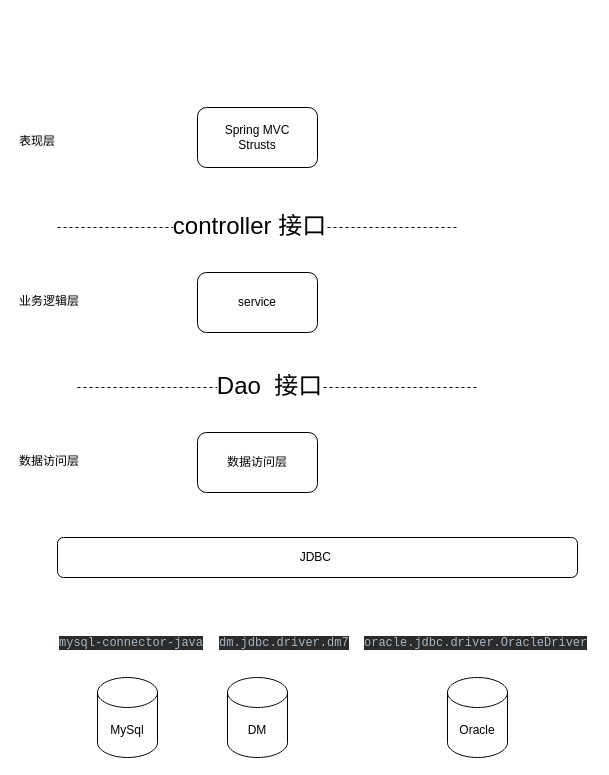
zyazxr/AAA1Draw keeps this draw.io diagram as jdbc.drawio. Above is the earlier version. Source tidied: cells renumbered, new cells numbered last; positions are measured from the earlier drawing's top-left corner, leaving out a move shared by most shapes. Both pictures are drawn from the tidied source at 100%, with x=0, y=0 at pixel (17, 107).
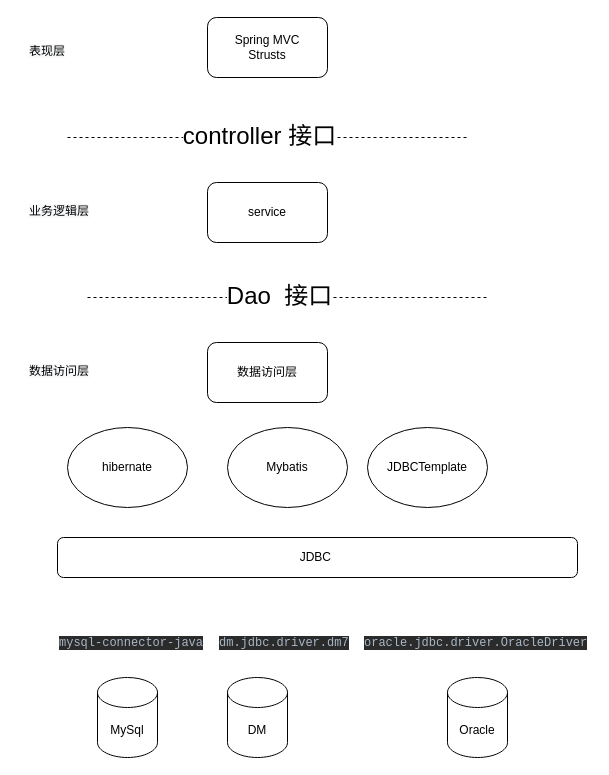
After the change.

Diff of the diagram source:
```diff
@@
     <mxCell id="2" value="Spring MVC&lt;br&gt;Strusts" style="rounded=1;whiteSpace=wrap;html=1;" parent="1" vertex="1">
-      <mxGeometry x="180" width="120" height="60" as="geometry" />
+      <mxGeometry x="190" y="-90" width="120" height="60" as="geometry" />
     </mxCell>
     <mxCell id="3" value="service" style="rounded=1;whiteSpace=wrap;html=1;" parent="1" vertex="1">
-      <mxGeometry x="180" y="165" width="120" height="60" as="geometry" />
+      <mxGeometry x="190" y="75" width="120" height="60" as="geometry" />
     </mxCell>
     <mxCell id="4" value="数据访问层" style="rounded=1;whiteSpace=wrap;html=1;" parent="1" vertex="1">
-      <mxGeometry x="180" y="325" width="120" height="60" as="geometry" />
+      <mxGeometry x="190" y="235" width="120" height="60" as="geometry" />
     </mxCell>
     <mxCell id="5" value="&lt;span style=&quot;color: rgb(0, 0, 0); font-family: helvetica; font-size: 12px; font-style: normal; font-weight: 400; letter-spacing: normal; text-align: center; text-indent: 0px; text-transform: none; word-spacing: 0px; background-color: rgb(248, 249, 250); display: inline; float: none;&quot;&gt;表现层&lt;/span&gt;" style="text;whiteSpace=wrap;html=1;" parent="1" vertex="1">
-      <mxGeometry y="20" width="60" height="30" as="geometry" />
+      <mxGeometry x="10" y="-70" width="60" height="30" as="geometry" />
     </mxCell>
     <mxCell id="6" value="&lt;span style=&quot;color: rgb(0, 0, 0); font-family: helvetica; font-size: 12px; font-style: normal; font-weight: 400; letter-spacing: normal; text-align: center; text-indent: 0px; text-transform: none; word-spacing: 0px; background-color: rgb(248, 249, 250); display: inline; float: none;&quot;&gt;业务逻辑层&lt;/span&gt;" style="text;whiteSpace=wrap;html=1;" parent="1" vertex="1">
-      <mxGeometry y="180" width="90" height="30" as="geometry" />
+      <mxGeometry x="10" y="90" width="90" height="30" as="geometry" />
     </mxCell>
     <mxCell id="7" value="&lt;span style=&quot;color: rgb(0, 0, 0); font-family: helvetica; font-size: 12px; font-style: normal; font-weight: 400; letter-spacing: normal; text-align: center; text-indent: 0px; text-transform: none; word-spacing: 0px; background-color: rgb(248, 249, 250); display: inline; float: none;&quot;&gt;数据访问层&lt;/span&gt;" style="text;whiteSpace=wrap;html=1;" parent="1" vertex="1">
-      <mxGeometry y="340" width="90" height="30" as="geometry" />
+      <mxGeometry x="10" y="250" width="90" height="30" as="geometry" />
     </mxCell>
     <mxCell id="8" style="endArrow=none;dashed=1;html=1;" parent="1" edge="1">
       <mxGeometry relative="1" as="geometry">
-        <mxPoint x="40" y="120" as="sourcePoint" />
-        <mxPoint x="440" y="120" as="targetPoint" />
+        <mxPoint x="50" y="30" as="sourcePoint" />
+        <mxPoint x="450" y="30" as="targetPoint" />
         <Array as="points">
-          <mxPoint x="330" y="120" />
+          <mxPoint x="340" y="30" />
         </Array>
       </mxGeometry>
     </mxCell>
@@
     <mxCell id="10" style="endArrow=none;dashed=1;html=1;" parent="1" edge="1">
       <mxGeometry relative="1" as="geometry">
-        <mxPoint x="60" y="280" as="sourcePoint" />
-        <mxPoint x="460" y="280" as="targetPoint" />
+        <mxPoint x="70" y="190" as="sourcePoint" />
+        <mxPoint x="470" y="190" as="targetPoint" />
         <Array as="points">
-          <mxPoint x="350" y="280" />
+          <mxPoint x="360" y="190" />
         </Array>
       </mxGeometry>
     </mxCell>
@@
+    <mxCell id="19" value="hibernate" style="ellipse;whiteSpace=wrap;html=1;" parent="1" vertex="1">
+      <mxGeometry x="50" y="320" width="120" height="80" as="geometry" />
+    </mxCell>
+    <mxCell id="20" value="Mybatis" style="ellipse;whiteSpace=wrap;html=1;" parent="1" vertex="1">
+      <mxGeometry x="210" y="320" width="120" height="80" as="geometry" />
+    </mxCell>
+    <mxCell id="21" value="JDBCTemplate" style="ellipse;whiteSpace=wrap;html=1;" parent="1" vertex="1">
+      <mxGeometry x="350" y="320" width="120" height="80" as="geometry" />
+    </mxCell>
```
